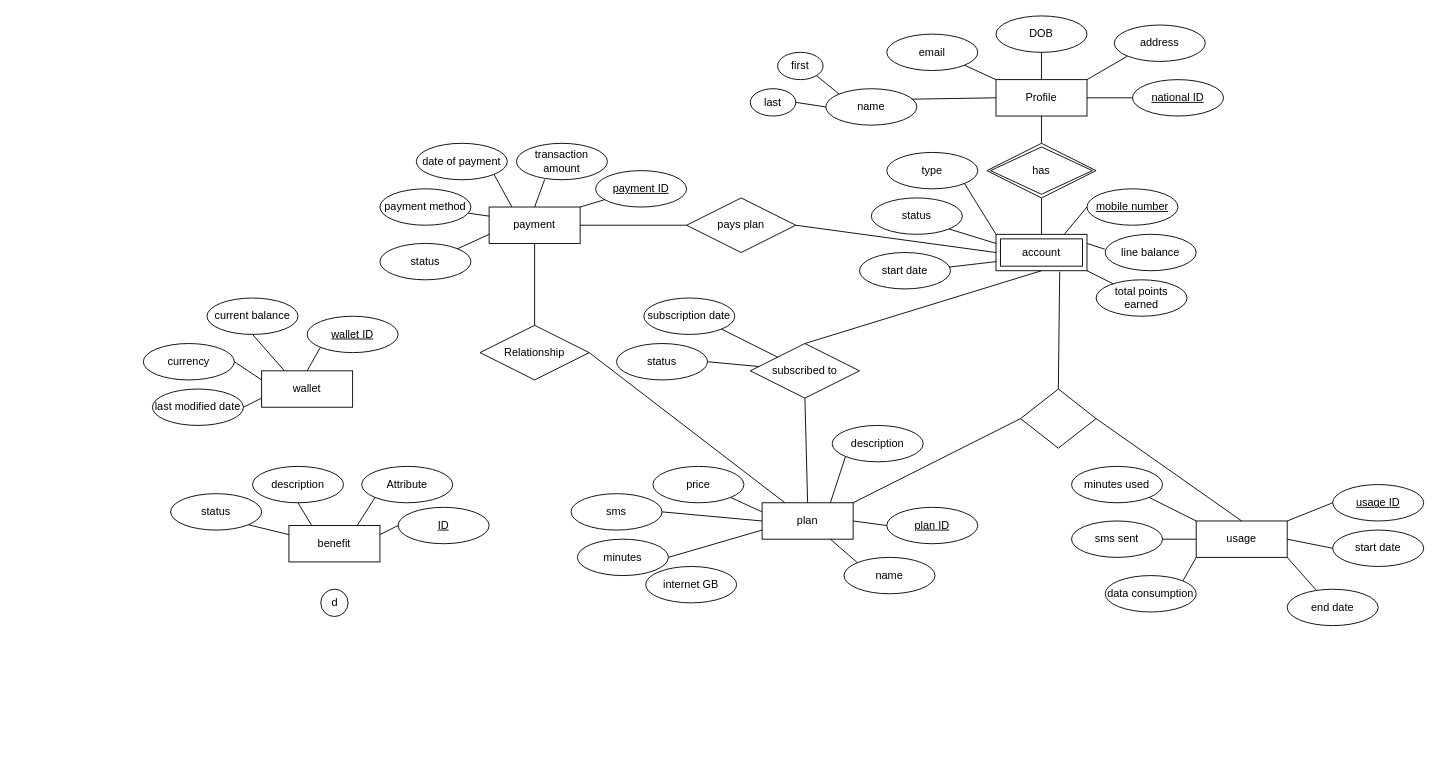
Before: Milestone1_EERD.drawio in rogereliass/Telecom-Customer-Data-Management-System, a draw.io diagram. Source tidied: cells renumbered, new cells numbered last; positions are measured from the earlier drawing's top-left corner, leaving out a move shared by most shapes. Both pictures are drawn from the tidied source at 91%, with x=0, y=0 at pixel (143, 15).
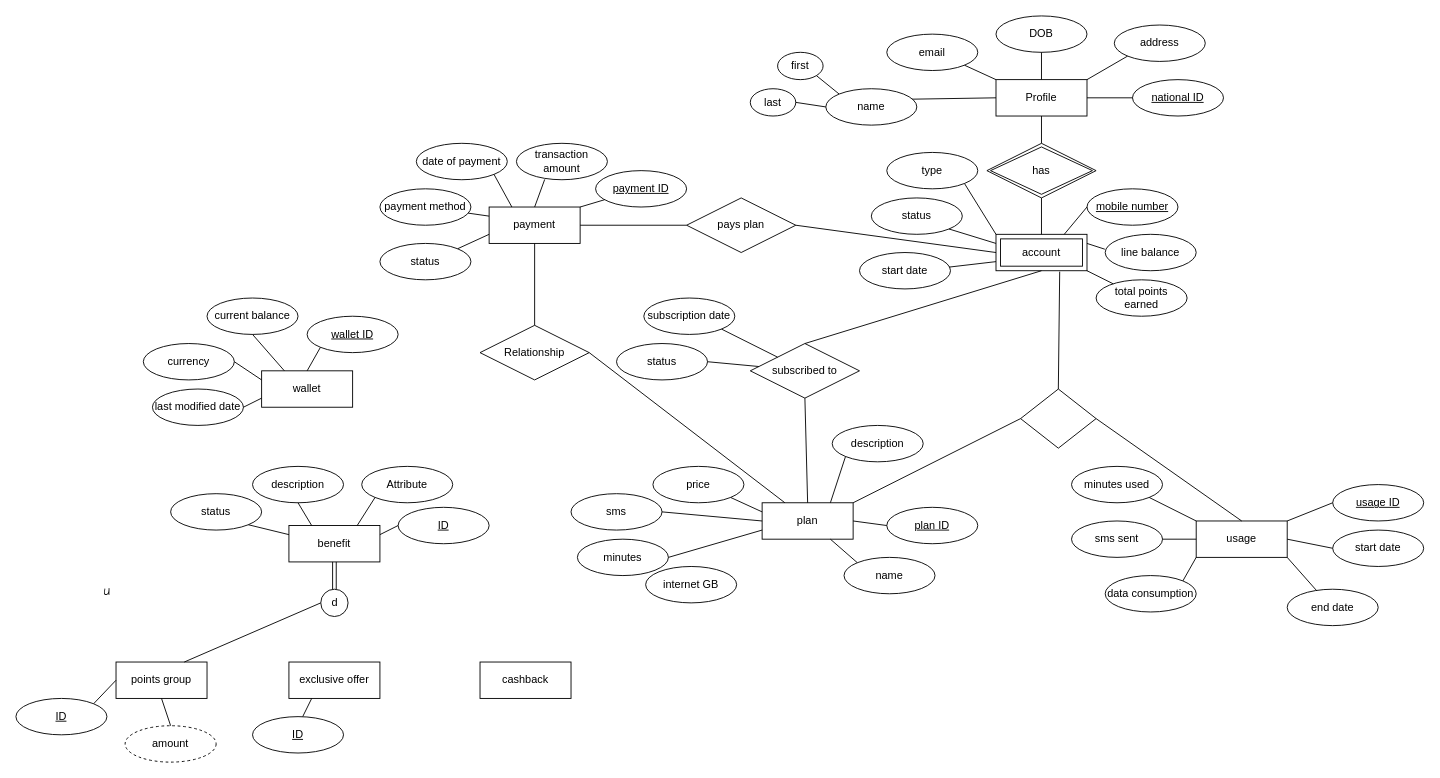
The same page after the edit.

Unchanged cells that the change refers to:
```xml
<mxCell id="98" value="benefit" style="whiteSpace=wrap;html=1;align=center;" parent="1" vertex="1">
  <mxGeometry x="160" y="560" width="100" height="40" as="geometry" />
</mxCell>
<mxCell id="109" value="d" style="ellipse;html=1;" parent="1" vertex="1">
  <mxGeometry x="195" y="630" width="30" height="30" as="geometry" />
</mxCell>
```

Change to the diagram source:
```diff
@@
+    <mxCell id="110" value="exclusive offer" style="whiteSpace=wrap;html=1;align=center;" parent="1" vertex="1">
+      <mxGeometry x="160" y="710" width="100" height="40" as="geometry" />
+    </mxCell>
+    <mxCell id="111" value="points group" style="whiteSpace=wrap;html=1;align=center;" parent="1" vertex="1">
+      <mxGeometry x="-30" y="710" width="100" height="40" as="geometry" />
+    </mxCell>
+    <mxCell id="112" value="cashback" style="whiteSpace=wrap;html=1;align=center;" parent="1" vertex="1">
+      <mxGeometry x="370" y="710" width="100" height="40" as="geometry" />
+    </mxCell>
+    <mxCell id="113" value="ID" style="ellipse;whiteSpace=wrap;html=1;align=center;fontStyle=4;" parent="1" vertex="1">
+      <mxGeometry x="-140" y="750" width="100" height="40" as="geometry" />
+    </mxCell>
+    <mxCell id="114" style="endArrow=none;html=1;rounded=0;entryX=0;entryY=0.5;entryDx=0;entryDy=0;exitX=1;exitY=0;exitDx=0;exitDy=0;" parent="1" edge="1" source="113" target="111">
+      <mxGeometry relative="1" as="geometry" />
+    </mxCell>
+    <mxCell id="115" value="amount" style="ellipse;whiteSpace=wrap;html=1;align=center;dashed=1;" parent="1" vertex="1">
+      <mxGeometry x="-20" y="780" width="100" height="40" as="geometry" />
+    </mxCell>
+    <mxCell id="116" style="endArrow=none;html=1;rounded=0;exitX=0.5;exitY=1;exitDx=0;exitDy=0;entryX=0.5;entryY=0;entryDx=0;entryDy=0;" parent="1" edge="1" source="111" target="115">
+      <mxGeometry relative="1" as="geometry" />
+    </mxCell>
+    <mxCell id="117" value="ID" style="ellipse;whiteSpace=wrap;html=1;align=center;fontStyle=4;" parent="1" vertex="1">
+      <mxGeometry x="120" y="770" width="100" height="40" as="geometry" />
+    </mxCell>
+    <mxCell id="118" style="endArrow=none;html=1;rounded=0;entryX=0.25;entryY=1;entryDx=0;entryDy=0;exitX=0.552;exitY=-0.002;exitDx=0;exitDy=0;exitPerimeter=0;" parent="1" edge="1" source="117" target="110">
+      <mxGeometry relative="1" as="geometry" />
+    </mxCell>
+    <mxCell id="119" style="shape=link;html=1;rounded=0;entryX=0.5;entryY=1;entryDx=0;entryDy=0;exitX=0.5;exitY=0;exitDx=0;exitDy=0;" parent="1" edge="1" source="109" target="98">
+      <mxGeometry relative="1" as="geometry" />
+    </mxCell>
+    <mxCell id="120" style="ellipse;whiteSpace=wrap;html=1;align=center;fillColor=none;strokeColor=none;perimeter=centerPerimeter;" parent="1" vertex="1">
+      <mxGeometry x="150" y="670" width="10" height="10" as="geometry" />
+    </mxCell>
+    <mxCell id="121" style="endArrow=none;html=1;rounded=0;entryX=0;entryY=0.5;entryDx=0;entryDy=0;exitX=0.75;exitY=0;exitDx=0;exitDy=0;" parent="1" edge="1" source="111" target="109">
+      <mxGeometry relative="1" as="geometry" />
+    </mxCell>
+    <mxCell id="122" value="&lt;font face=&quot;Comic Sans MS&quot;&gt;U&lt;/font&gt;" style="text;html=1;align=center;verticalAlign=middle;strokeColor=none;fillColor=none;" parent="1" vertex="1">
+      <mxGeometry x="-55" y="618" width="30" height="30" as="geometry" />
+    </mxCell>
```
